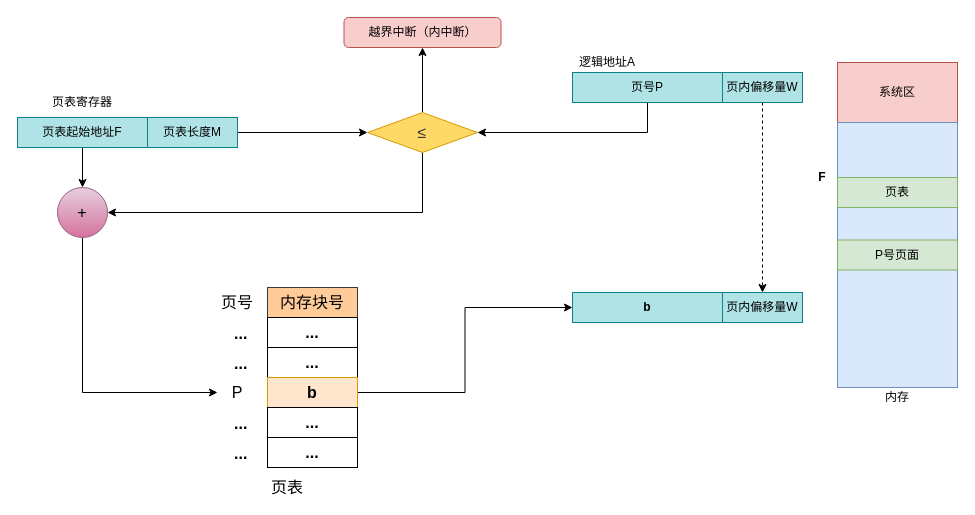
yankooo/draw.io keeps this draw.io diagram as 分页存储管理方式.drawio. Above is the earlier version. Source tidied: cells renumbered, new cells numbered last; positions are measured from the earlier drawing's top-left corner, leaving out a move shared by most shapes. Both pictures are drawn from the tidied source at 100%, with x=0, y=0 at pixel (17, 17).
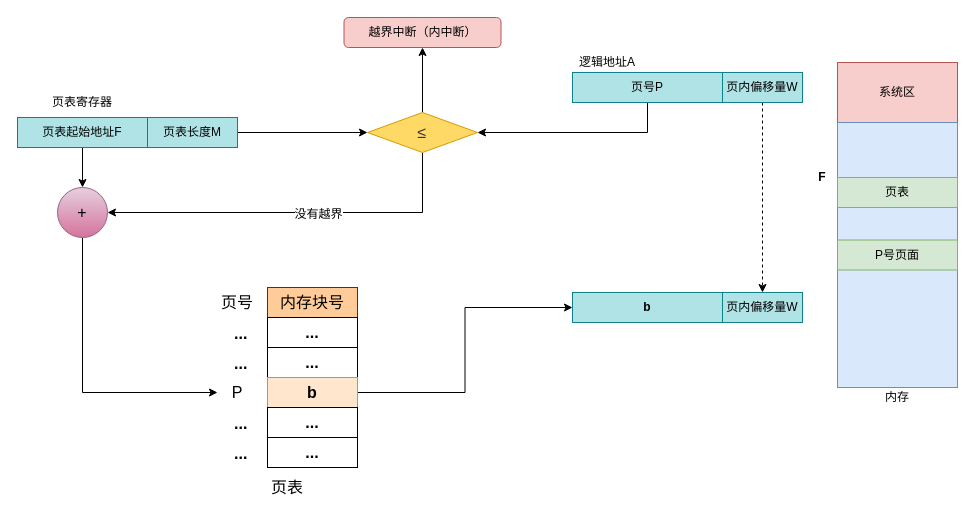
The same diagram, later.

Commit message (it also covers changes not shown here):
更新分页存储管理方式.drawio

Unchanged cells that the change refers to:
```xml
<mxCell id="8" style="edgeStyle=orthogonalEdgeStyle;rounded=0;jettySize=auto;html=1;fontSize=16;entryX=1;entryY=0.5;entryDx=0;entryDy=0;exitX=0.5;exitY=1;exitDx=0;exitDy=0;" parent="1" edge="1" source="9" target="17">
  <mxGeometry relative="1" as="geometry" />
</mxCell>
```

Change to the diagram source:
```diff
@@
+    <mxCell id="40" value="没有越界" style="text;html=1;align=center;verticalAlign=middle;labelBackgroundColor=#ffffff;fontSize=12;" parent="8" vertex="1">
+      <mxGeometry x="-0.12" y="1" relative="1" as="geometry" />
+    </mxCell>
```
